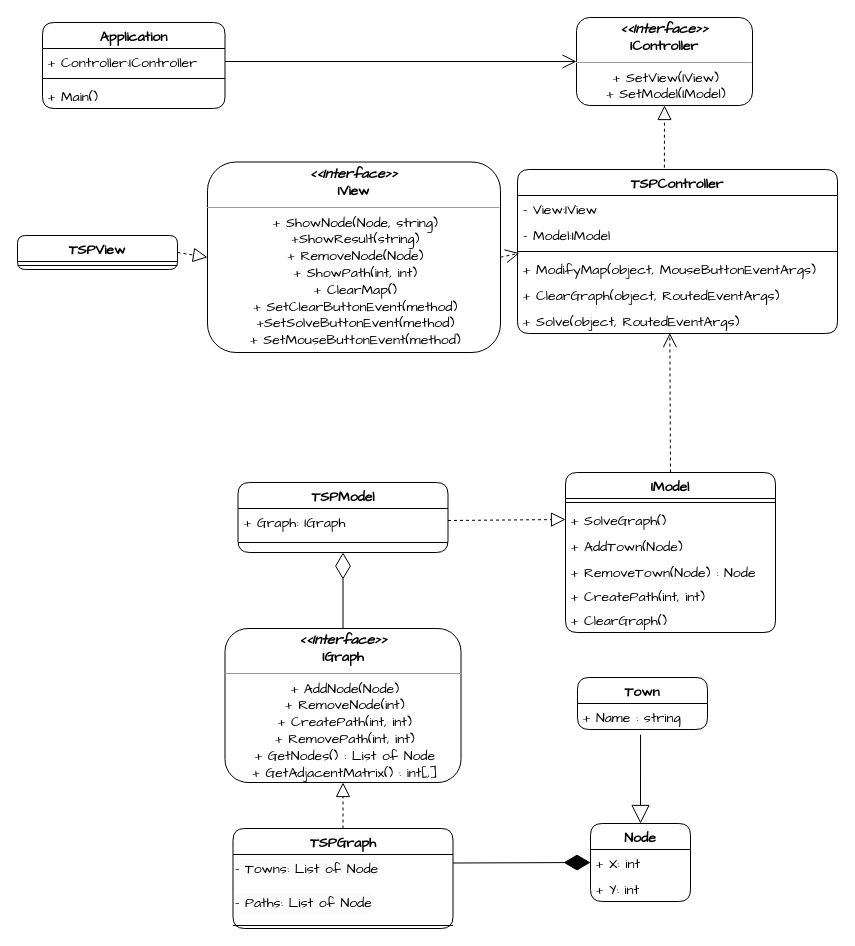
Earlier version of the draw.io diagram SalesmanSolver/Class.drawio (VitaminkaR/ArchitectureLabsPractice). Source tidied: cells renumbered, new cells numbered last; positions are measured from the earlier drawing's top-left corner, leaving out a move shared by most shapes. Both pictures are drawn from the tidied source at 100%, with x=0, y=0 at pixel (17, 17).
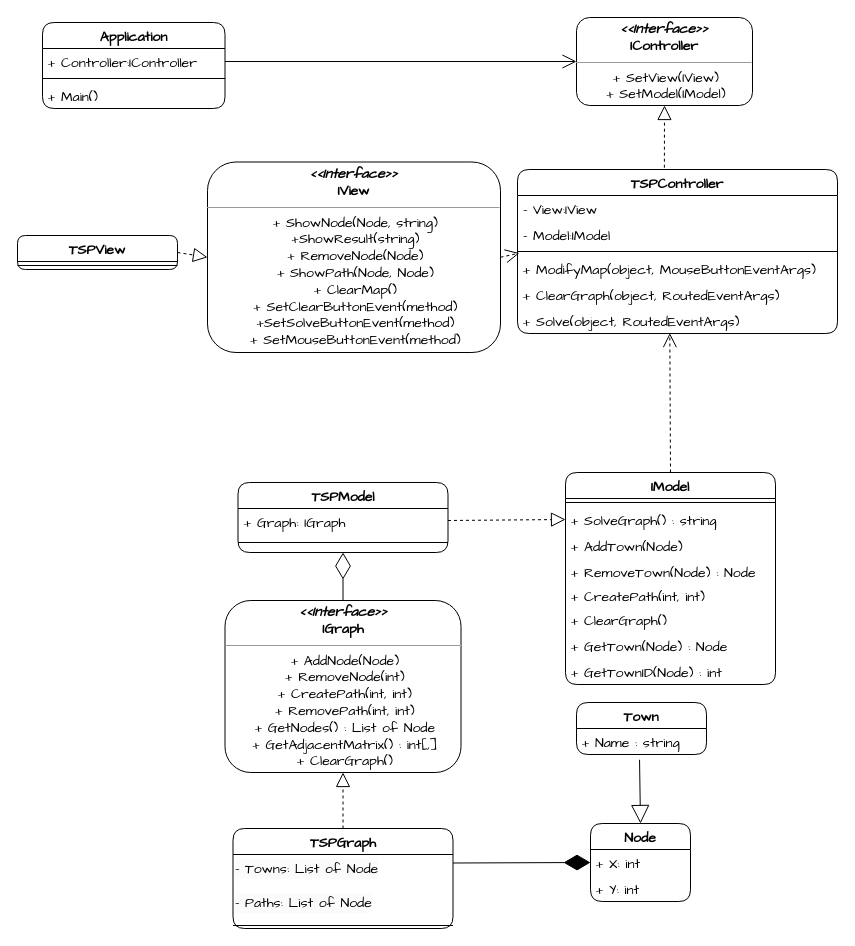
The same diagram, later.

Change to the diagram source:
```diff
@@
-    <mxCell id="18" value="&lt;p style=&quot;margin:0px;margin-top:4px;text-align:center;&quot;&gt;&lt;i&gt;&amp;lt;&amp;lt;Interface&amp;gt;&amp;gt;&lt;/i&gt;&lt;br&gt;&lt;b&gt;IGraph&lt;/b&gt;&lt;/p&gt;&lt;hr size=&quot;1&quot;&gt;&lt;p style=&quot;margin:0px;margin-left:4px;&quot;&gt;&lt;/p&gt;&lt;p style=&quot;margin:0px;margin-left:4px;&quot;&gt;&lt;span style=&quot;font-weight: normal;&quot;&gt;+ AddNode(Node)&lt;br&gt;+ RemoveNode(int)&lt;/span&gt;&lt;/p&gt;&lt;p style=&quot;margin:0px;margin-left:4px;&quot;&gt;&lt;span style=&quot;font-weight: normal;&quot;&gt;+ CreatePath(int, int)&lt;/span&gt;&lt;/p&gt;&lt;p style=&quot;margin:0px;margin-left:4px;&quot;&gt;&lt;span style=&quot;font-weight: normal;&quot;&gt;+ RemovePath(int, int)&lt;/span&gt;&lt;/p&gt;&lt;p style=&quot;margin:0px;margin-left:4px;&quot;&gt;&lt;span style=&quot;font-weight: normal;&quot;&gt;+ GetNodes() : List of Node&lt;/span&gt;&lt;/p&gt;&lt;p style=&quot;margin:0px;margin-left:4px;&quot;&gt;&lt;span style=&quot;font-weight: normal;&quot;&gt;+ GetAdjacentMatrix() : int[,]&lt;/span&gt;&lt;/p&gt;" style="verticalAlign=top;align=center;overflow=fill;fontSize=14;fontFamily=Comic Sans MS;html=1;whiteSpace=wrap;rounded=1;strokeColor=default;fontColor=default;startSize=26;fillColor=default;fontStyle=1;" parent="1" vertex="1">
-      <mxGeometry x="207.5" y="611" width="236" height="154" as="geometry" />
+    <mxCell id="18" value="&lt;p style=&quot;margin:0px;margin-top:4px;text-align:center;&quot;&gt;&lt;i&gt;&amp;lt;&amp;lt;Interface&amp;gt;&amp;gt;&lt;/i&gt;&lt;br&gt;&lt;b&gt;IGraph&lt;/b&gt;&lt;/p&gt;&lt;hr size=&quot;1&quot;&gt;&lt;p style=&quot;margin:0px;margin-left:4px;&quot;&gt;&lt;/p&gt;&lt;p style=&quot;margin:0px;margin-left:4px;&quot;&gt;&lt;span style=&quot;font-weight: normal;&quot;&gt;+ AddNode(Node)&lt;br&gt;+ RemoveNode(int)&lt;/span&gt;&lt;/p&gt;&lt;p style=&quot;margin:0px;margin-left:4px;&quot;&gt;&lt;span style=&quot;font-weight: normal;&quot;&gt;+ CreatePath(int, int)&lt;/span&gt;&lt;/p&gt;&lt;p style=&quot;margin:0px;margin-left:4px;&quot;&gt;&lt;span style=&quot;font-weight: normal;&quot;&gt;+ RemovePath(int, int)&lt;/span&gt;&lt;/p&gt;&lt;p style=&quot;margin:0px;margin-left:4px;&quot;&gt;&lt;span style=&quot;font-weight: normal;&quot;&gt;+ GetNodes() : List of Node&lt;/span&gt;&lt;/p&gt;&lt;p style=&quot;margin:0px;margin-left:4px;&quot;&gt;&lt;span style=&quot;font-weight: normal;&quot;&gt;+ GetAdjacentMatrix() : int[,]&lt;/span&gt;&lt;/p&gt;&lt;p style=&quot;margin:0px;margin-left:4px;&quot;&gt;&lt;span style=&quot;font-weight: normal;&quot;&gt;+ ClearGraph()&lt;/span&gt;&lt;/p&gt;" style="verticalAlign=top;align=center;overflow=fill;fontSize=14;fontFamily=Comic Sans MS;html=1;whiteSpace=wrap;rounded=1;strokeColor=default;fontColor=default;startSize=26;fillColor=default;fontStyle=1;" parent="1" vertex="1">
+      <mxGeometry x="207.5" y="583" width="236" height="172" as="geometry" />
     </mxCell>
-    <mxCell id="19" value="&lt;p style=&quot;margin:0px;margin-top:4px;text-align:center;&quot;&gt;&lt;i&gt;&amp;lt;&amp;lt;Interface&amp;gt;&amp;gt;&lt;/i&gt;&lt;br&gt;&lt;b&gt;IView&lt;/b&gt;&lt;/p&gt;&lt;hr size=&quot;1&quot;&gt;&lt;p style=&quot;margin:0px;margin-left:4px;&quot;&gt;&lt;span style=&quot;font-weight: normal;&quot;&gt;+ ShowNode(Node, string&lt;/span&gt;&lt;span style=&quot;font-weight: normal; background-color: initial;&quot;&gt;)&lt;/span&gt;&lt;/p&gt;&lt;p style=&quot;margin:0px;margin-left:4px;&quot;&gt;&lt;span style=&quot;font-weight: normal;&quot;&gt;+ShowResult(string)&lt;/span&gt;&lt;/p&gt;&lt;p style=&quot;margin:0px;margin-left:4px;&quot;&gt;&lt;span style=&quot;font-weight: normal;&quot;&gt;+ RemoveNode(Node)&lt;/span&gt;&lt;/p&gt;&lt;p style=&quot;margin:0px;margin-left:4px;&quot;&gt;&lt;span style=&quot;font-weight: normal;&quot;&gt;+ ShowPath(int, int)&lt;/span&gt;&lt;/p&gt;&lt;p style=&quot;margin:0px;margin-left:4px;&quot;&gt;&lt;span style=&quot;font-weight: normal;&quot;&gt;+ ClearMap()&lt;/span&gt;&lt;/p&gt;&lt;p style=&quot;margin:0px;margin-left:4px;&quot;&gt;&lt;span style=&quot;font-weight: normal;&quot;&gt;+ SetClearButtonEvent(method)&lt;/span&gt;&lt;/p&gt;&lt;p style=&quot;margin:0px;margin-left:4px;&quot;&gt;&lt;span style=&quot;font-weight: normal;&quot;&gt;+SetSolveButtonEvent(method)&lt;/span&gt;&lt;/p&gt;&lt;p style=&quot;margin:0px;margin-left:4px;&quot;&gt;&lt;span style=&quot;font-weight: 400;&quot;&gt;+ SetMouseButtonEvent(method)&lt;/span&gt;&lt;/p&gt;" style="verticalAlign=top;align=center;overflow=fill;fontSize=14;fontFamily=Comic Sans MS;html=1;whiteSpace=wrap;rounded=1;strokeColor=default;fontColor=default;startSize=26;fillColor=default;fontStyle=1;" parent="1" vertex="1">
+    <mxCell id="19" value="&lt;p style=&quot;margin:0px;margin-top:4px;text-align:center;&quot;&gt;&lt;i&gt;&amp;lt;&amp;lt;Interface&amp;gt;&amp;gt;&lt;/i&gt;&lt;br&gt;&lt;b&gt;IView&lt;/b&gt;&lt;/p&gt;&lt;hr size=&quot;1&quot;&gt;&lt;p style=&quot;margin:0px;margin-left:4px;&quot;&gt;&lt;span style=&quot;font-weight: normal;&quot;&gt;+ ShowNode(Node, string&lt;/span&gt;&lt;span style=&quot;font-weight: normal; background-color: initial;&quot;&gt;)&lt;/span&gt;&lt;/p&gt;&lt;p style=&quot;margin:0px;margin-left:4px;&quot;&gt;&lt;span style=&quot;font-weight: normal;&quot;&gt;+ShowResult(string)&lt;/span&gt;&lt;/p&gt;&lt;p style=&quot;margin:0px;margin-left:4px;&quot;&gt;&lt;span style=&quot;font-weight: normal;&quot;&gt;+ RemoveNode(Node)&lt;/span&gt;&lt;/p&gt;&lt;p style=&quot;margin:0px;margin-left:4px;&quot;&gt;&lt;span style=&quot;font-weight: normal;&quot;&gt;+ ShowPath(Node, Node)&lt;/span&gt;&lt;/p&gt;&lt;p style=&quot;margin:0px;margin-left:4px;&quot;&gt;&lt;span style=&quot;font-weight: normal;&quot;&gt;+ ClearMap()&lt;/span&gt;&lt;/p&gt;&lt;p style=&quot;margin:0px;margin-left:4px;&quot;&gt;&lt;span style=&quot;font-weight: normal;&quot;&gt;+ SetClearButtonEvent(method)&lt;/span&gt;&lt;/p&gt;&lt;p style=&quot;margin:0px;margin-left:4px;&quot;&gt;&lt;span style=&quot;font-weight: normal;&quot;&gt;+SetSolveButtonEvent(method)&lt;/span&gt;&lt;/p&gt;&lt;p style=&quot;margin:0px;margin-left:4px;&quot;&gt;&lt;span style=&quot;font-weight: 400;&quot;&gt;+ SetMouseButtonEvent(method)&lt;/span&gt;&lt;/p&gt;" style="verticalAlign=top;align=center;overflow=fill;fontSize=14;fontFamily=Comic Sans MS;html=1;whiteSpace=wrap;rounded=1;strokeColor=default;fontColor=default;startSize=26;fillColor=default;fontStyle=1;" parent="1" vertex="1">
       <mxGeometry x="190" y="144.5" width="293" height="190.5" as="geometry" />
     </mxCell>
     <mxCell id="20" value="IModel" style="swimlane;fontStyle=1;align=center;verticalAlign=top;horizontal=1;startSize=26;whiteSpace=wrap;html=1;rounded=1;fontFamily=Comic Sans MS;fontSize=14;" parent="1" vertex="1">
-      <mxGeometry x="548" y="455" width="210" height="160" as="geometry" />
+      <mxGeometry x="548" y="455" width="210" height="212" as="geometry" />
     </mxCell>
@@
-    <mxCell id="22" value="+ SolveGraph()" style="text;strokeColor=none;fillColor=none;align=left;verticalAlign=top;spacingLeft=4;spacingRight=4;overflow=hidden;points=[[0,0.5],[1,0.5]];portConstraint=eastwest;whiteSpace=wrap;html=1;fontFamily=Comic Sans MS;fontSize=14;" parent="20" vertex="1">
+    <mxCell id="22" value="+ SolveGraph() : string" style="text;strokeColor=none;fillColor=none;align=left;verticalAlign=top;spacingLeft=4;spacingRight=4;overflow=hidden;points=[[0,0.5],[1,0.5]];portConstraint=eastwest;whiteSpace=wrap;html=1;fontFamily=Comic Sans MS;fontSize=14;" parent="20" vertex="1">
       <mxGeometry y="34" width="210" height="26" as="geometry" />
     </mxCell>
@@
+    <mxCell id="47" value="+ GetTown(Node) : Node" style="text;strokeColor=none;fillColor=none;align=left;verticalAlign=top;spacingLeft=4;spacingRight=4;overflow=hidden;whiteSpace=wrap;html=1;fontFamily=Comic Sans MS;fontSize=14;" parent="20" vertex="1">
+      <mxGeometry y="160" width="210" height="26" as="geometry" />
+    </mxCell>
+    <mxCell id="48" value="+ GetTownID(Node) : int" style="text;strokeColor=none;fillColor=none;align=left;verticalAlign=top;spacingLeft=4;spacingRight=4;overflow=hidden;whiteSpace=wrap;html=1;fontFamily=Comic Sans MS;fontSize=14;" parent="20" vertex="1">
+      <mxGeometry y="186" width="210" height="26" as="geometry" />
+    </mxCell>
@@
     <mxCell id="35" value="Town" style="swimlane;fontStyle=1;horizontal=1;startSize=26;fillColor=default;whiteSpace=wrap;html=1;fontSize=14;fontFamily=Comic Sans MS;verticalAlign=top;rounded=1;" parent="1" vertex="1">
-      <mxGeometry x="560" y="660" width="130" height="52" as="geometry" />
+      <mxGeometry x="559" y="685" width="130" height="52" as="geometry" />
     </mxCell>
```
